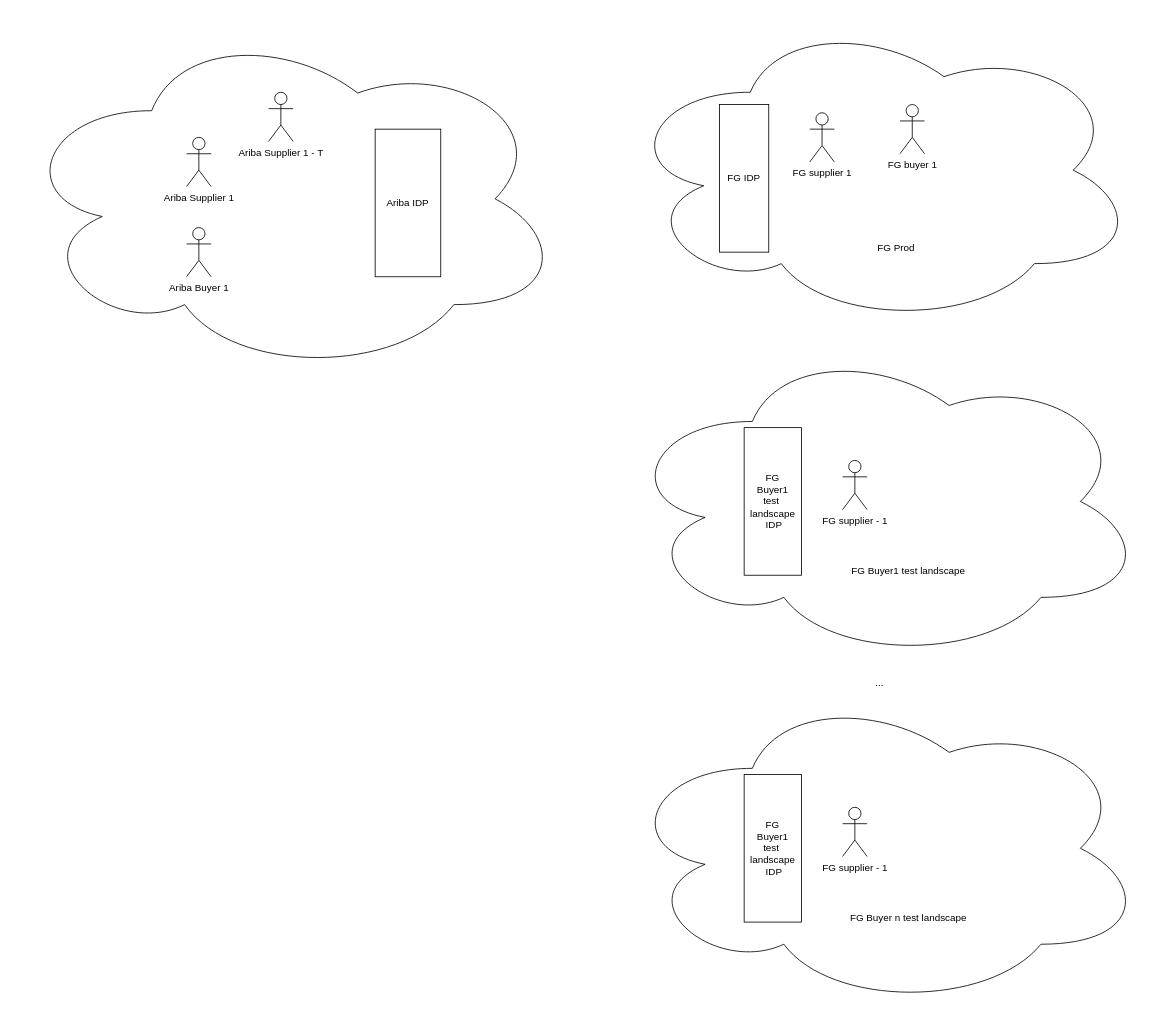
The draw.io diagram page "Page-5" (5 of 5) of FG-Integration.drawio in huangshijie/Drawio, before the edit. Source tidied: cells renumbered, new cells numbered last; positions are measured from the earlier drawing's top-left corner, leaving out a move shared by most shapes. Both pictures are drawn from the tidied source at 82%, with x=0, y=0 at pixel (14, 14).
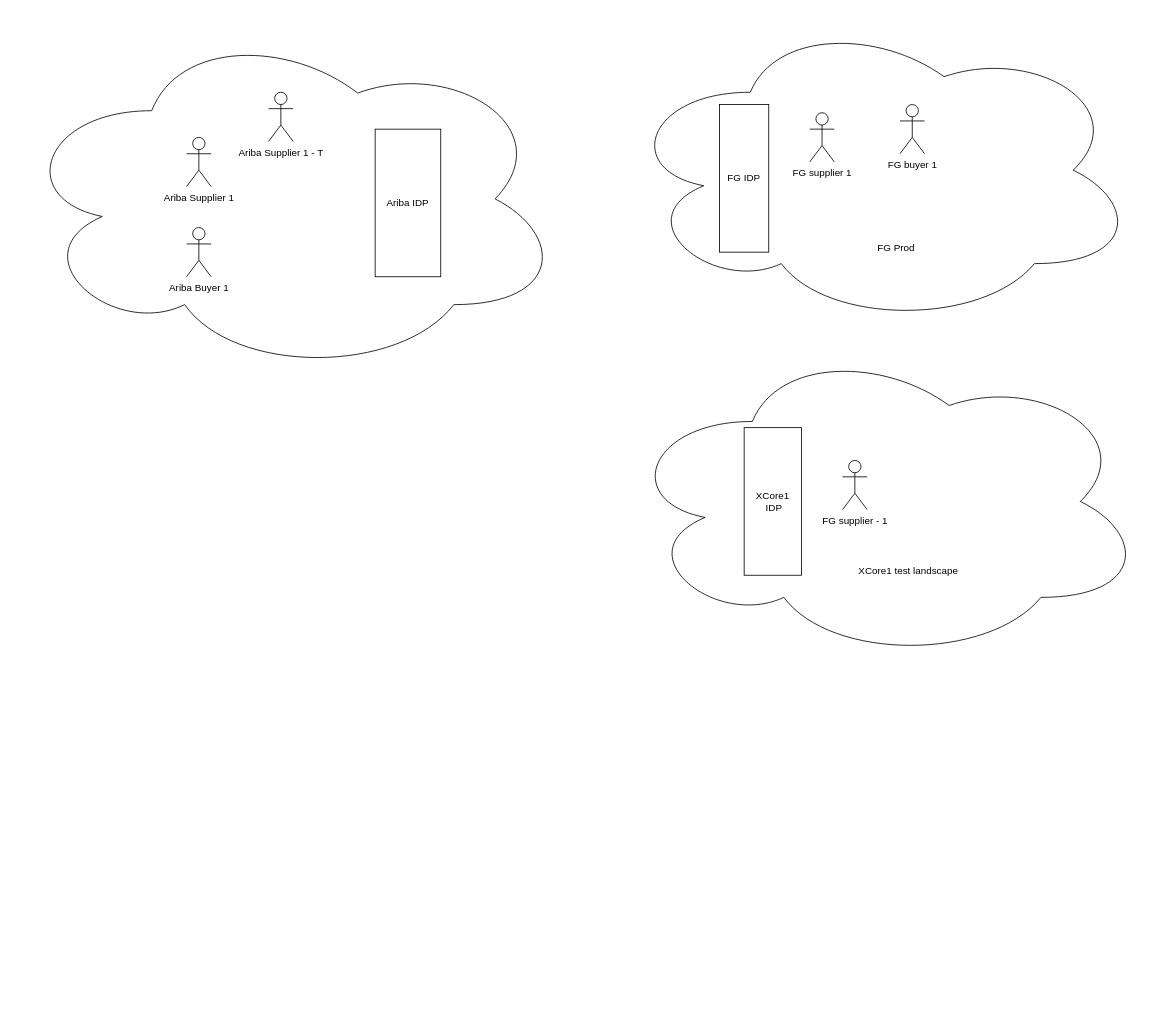
Above is the later version.

What changed in the source:
```diff
@@
-    <mxCell id="6" value="FG Buyer1 test landscape" style="text;html=1;align=center;verticalAlign=middle;strokeColor=none;fillColor=none;" parent="1" vertex="1">
-      <mxGeometry x="1010" y="664" width="160" height="30" as="geometry" />
+    <mxCell id="6" value="XCore1 test landscape" style="text;html=1;align=center;verticalAlign=middle;strokeColor=none;fillColor=none;" parent="1" vertex="1">
+      <mxGeometry x="1020" y="664" width="140" height="30" as="geometry" />
     </mxCell>
@@
-    <mxCell id="11" value="&lt;span style=&quot;text-wrap-mode: nowrap;&quot;&gt;FG &lt;br&gt;Buyer1 &lt;br&gt;test&amp;nbsp;&lt;/span&gt;&lt;div&gt;&lt;span style=&quot;text-wrap-mode: nowrap;&quot;&gt;landscape&lt;br&gt;&lt;/span&gt;&amp;nbsp;IDP&lt;/div&gt;" style="rounded=0;whiteSpace=wrap;html=1;" parent="1" vertex="1">
+    <mxCell id="11" value="&lt;div&gt;&lt;span style=&quot;text-wrap-mode: nowrap;&quot;&gt;XCore1&lt;br&gt;&lt;/span&gt;&amp;nbsp;IDP&lt;/div&gt;" style="rounded=0;whiteSpace=wrap;html=1;" parent="1" vertex="1">
       <mxGeometry x="890" y="504" width="70" height="180" as="geometry" />
     </mxCell>
@@
-    <mxCell id="15" style="ellipse;shape=cloud;whiteSpace=wrap;html=1;" parent="1" vertex="1">
-      <mxGeometry x="740" y="822" width="640" height="390" as="geometry" />
-    </mxCell>
-    <mxCell id="16" value="FG Buyer n test landscape" style="text;html=1;align=center;verticalAlign=middle;strokeColor=none;fillColor=none;" parent="1" vertex="1">
-      <mxGeometry x="1005" y="1087" width="170" height="30" as="geometry" />
-    </mxCell>
-    <mxCell id="17" value="FG supplier - 1" style="shape=umlActor;verticalLabelPosition=bottom;verticalAlign=top;html=1;" parent="1" vertex="1">
-      <mxGeometry x="1010" y="967" width="30" height="60" as="geometry" />
-    </mxCell>
-    <mxCell id="18" value="&lt;span style=&quot;text-wrap-mode: nowrap;&quot;&gt;FG &lt;br&gt;Buyer1 &lt;br&gt;test&amp;nbsp;&lt;/span&gt;&lt;div&gt;&lt;span style=&quot;text-wrap-mode: nowrap;&quot;&gt;landscape&lt;br&gt;&lt;/span&gt;&amp;nbsp;IDP&lt;/div&gt;" style="rounded=0;whiteSpace=wrap;html=1;" parent="1" vertex="1">
-      <mxGeometry x="890" y="927" width="70" height="180" as="geometry" />
-    </mxCell>
-    <mxCell id="19" value="..." style="text;html=1;align=center;verticalAlign=middle;strokeColor=none;fillColor=none;" parent="1" vertex="1">
-      <mxGeometry x="1040" y="800" width="30" height="30" as="geometry" />
-    </mxCell>
```
